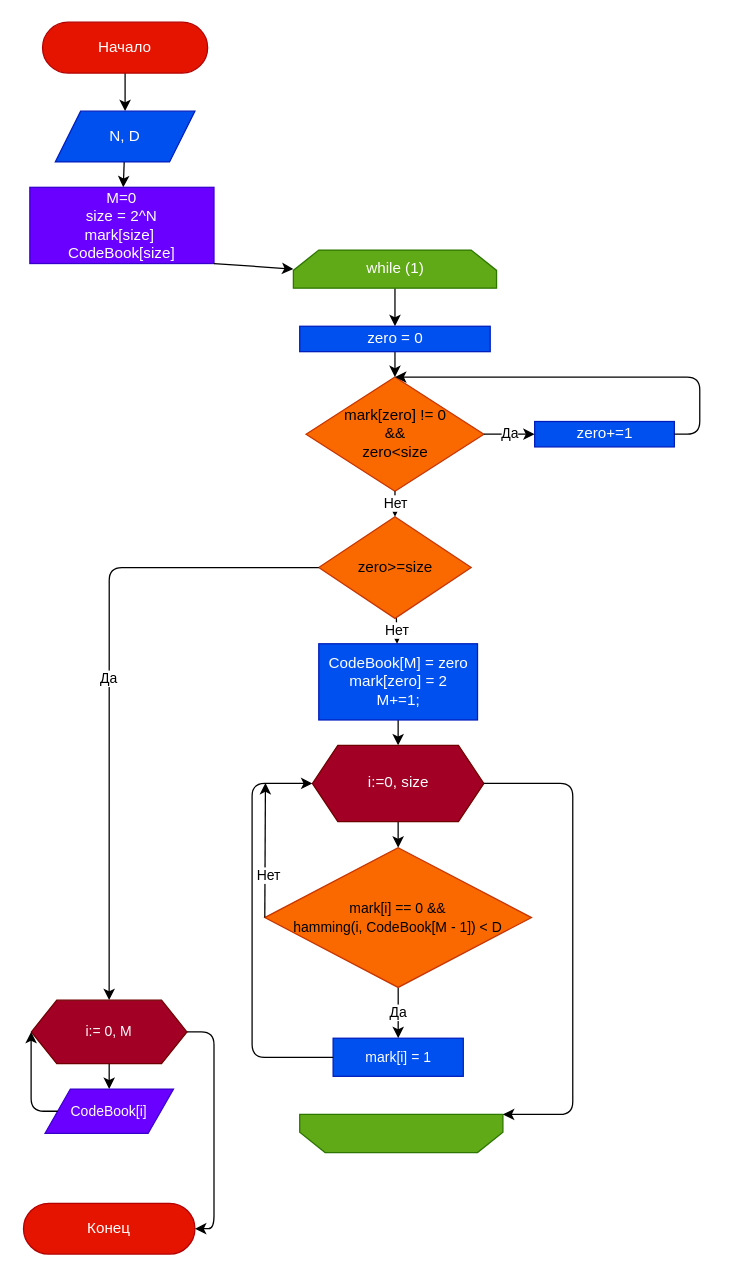
Above: page "Page-1" (1 of 2) of practice2/files/2.drawio in Sergeydigl3/suai_labs (draw.io), before the change. Source tidied: cells renumbered, new cells numbered last; positions are measured from the earlier drawing's top-left corner, leaving out a move shared by most shapes. Both pictures are drawn from the tidied source at 127%, with x=0, y=0 at pixel (23, 22).
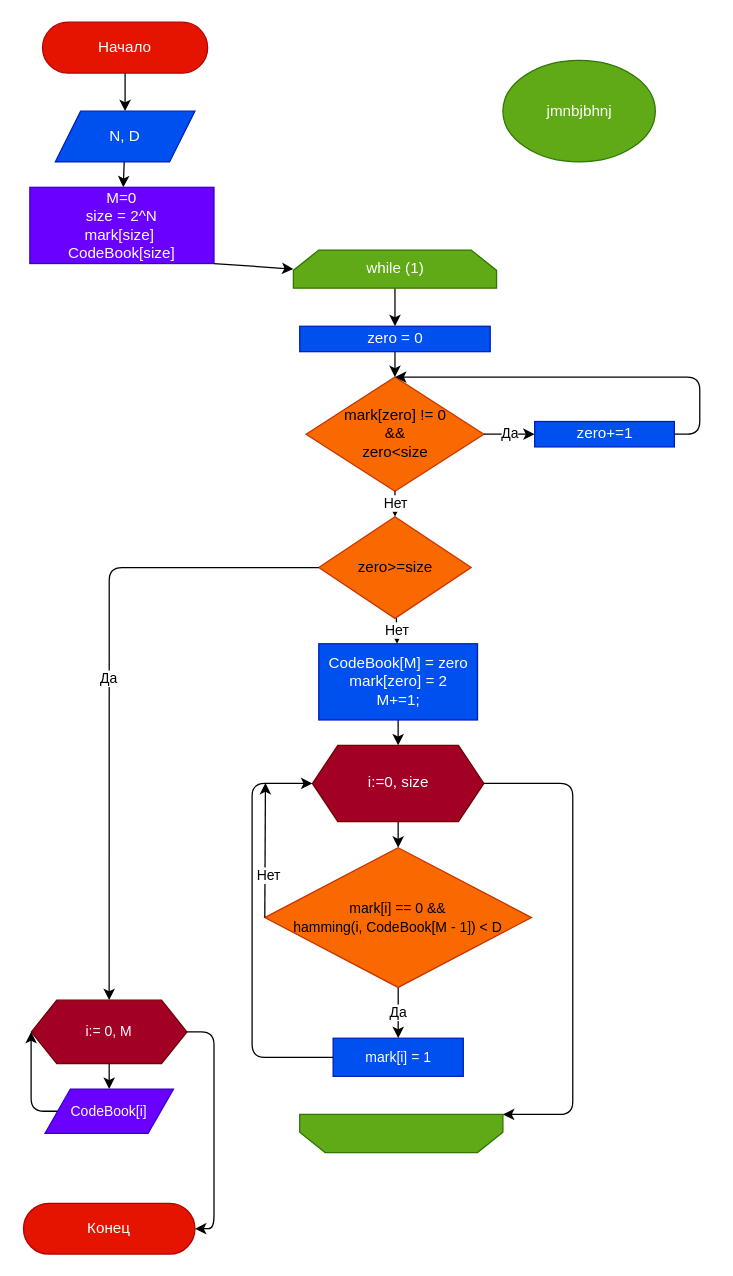
The same page after the edit.

The edit, as a diff of the source:
```diff
@@
+    <mxCell id="38" value="jmnbjbhnj" style="ellipse;whiteSpace=wrap;html=1;fillColor=#60a917;fontColor=#ffffff;strokeColor=#2D7600;" parent="1" vertex="1">
+      <mxGeometry x="377.5" y="30" width="120" height="80" as="geometry" />
+    </mxCell>
```
